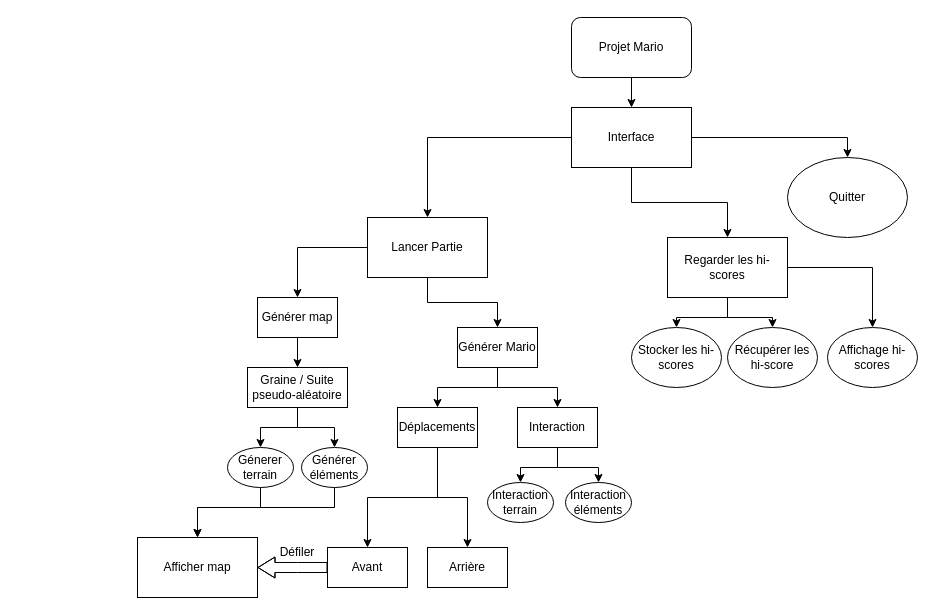
Above: Diagramme_mario.drawio in Fanfnix/Projet_Mario (draw.io), before the change. Source tidied: cells renumbered, new cells numbered last; positions are measured from the earlier drawing's top-left corner, leaving out a move shared by most shapes. Both pictures are drawn from the tidied source at 100%, with x=0, y=0 at pixel (137, 17).
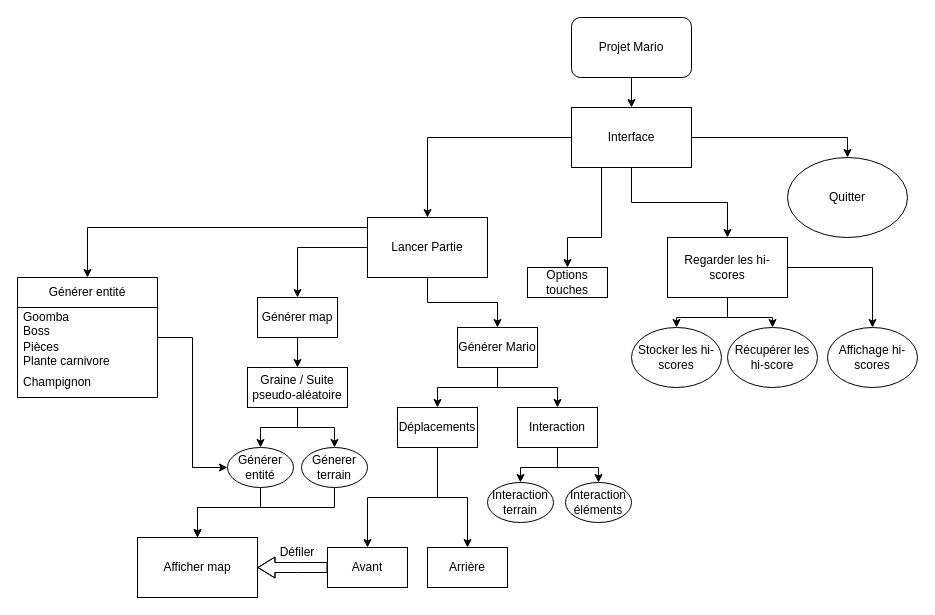
The same diagram, later.

Commit message:
Mettre à jour Diagramme_mario.drawio

Unchanged cells that the change refers to:
```xml
<mxCell id="7" value="Interface" style="rounded=0;whiteSpace=wrap;html=1;" parent="1" vertex="1">
  <mxGeometry x="434" y="90" width="120" height="60" as="geometry" />
</mxCell>
<mxCell id="41" value="Afficher map" style="rounded=0;whiteSpace=wrap;html=1;" parent="1" vertex="1">
  <mxGeometry y="520" width="120" height="60" as="geometry" />
</mxCell>
```

Change to the diagram source:
```diff
@@
-    <mxCell id="24" style="edgeStyle=orthogonalEdgeStyle;rounded=0;jettySize=auto;html=1;" parent="1" edge="1" source="25" target="41">
+    <mxCell id="24" style="edgeStyle=orthogonalEdgeStyle;rounded=0;jettySize=auto;html=1;" parent="1" edge="1" source="27" target="41">
       <mxGeometry relative="1" as="geometry">
         <Array as="points">
           <mxPoint x="123" y="490" />
           <mxPoint x="60" y="490" />
         </Array>
       </mxGeometry>
     </mxCell>
+    <mxCell id="44" style="edgeStyle=orthogonalEdgeStyle;rounded=0;jettySize=auto;html=1;exitX=0.5;exitY=1;exitDx=0;exitDy=0;entryX=0.5;entryY=0;entryDx=0;entryDy=0;" parent="1" edge="1" source="25" target="41">
+      <mxGeometry relative="1" as="geometry">
+        <Array as="points">
+          <mxPoint x="197" y="490" />
+          <mxPoint x="60" y="490" />
+        </Array>
+      </mxGeometry>
+    </mxCell>
     <mxCell id="25" value="Génerer terrain" style="ellipse;whiteSpace=wrap;html=1;" parent="1" vertex="1">
-      <mxGeometry x="90" y="430" width="66" height="40" as="geometry" />
+      <mxGeometry x="164" y="430" width="66" height="40" as="geometry" />
     </mxCell>
-    <mxCell id="26" style="edgeStyle=orthogonalEdgeStyle;rounded=0;jettySize=auto;html=1;" parent="1" edge="1" source="27" target="41">
-      <mxGeometry relative="1" as="geometry">
-        <Array as="points">
-          <mxPoint x="197" y="490" />
-          <mxPoint x="60" y="490" />
-        </Array>
-      </mxGeometry>
-    </mxCell>
-    <mxCell id="27" value="Générer éléments" style="ellipse;whiteSpace=wrap;html=1;" parent="1" vertex="1">
-      <mxGeometry x="164" y="430" width="66" height="40" as="geometry" />
-    </mxCell>
@@
+    <mxCell id="45" style="endArrow=classic;html=1;rounded=0;entryX=0.5;entryY=0;entryDx=0;entryDy=0;" parent="1" edge="1" target="49">
+      <mxGeometry relative="1" as="geometry">
+        <mxPoint x="230" y="210" as="sourcePoint" />
+        <Array as="points">
+          <mxPoint x="-50" y="210" />
+        </Array>
+      </mxGeometry>
+    </mxCell>
+    <mxCell id="46" style="endArrow=classic;html=1;rounded=0;exitX=0.25;exitY=1;exitDx=0;exitDy=0;" parent="1" edge="1" source="7">
+      <mxGeometry relative="1" as="geometry">
+        <mxPoint x="430" y="250" as="targetPoint" />
+        <Array as="points">
+          <mxPoint x="464" y="220" />
+          <mxPoint x="430" y="220" />
+        </Array>
+      </mxGeometry>
+    </mxCell>
+    <mxCell id="47" style="edgeStyle=orthogonalEdgeStyle;rounded=0;jettySize=auto;html=1;entryX=0;entryY=0.5;entryDx=0;entryDy=0;" parent="1" edge="1" source="49" target="27">
+      <mxGeometry relative="1" as="geometry" />
+    </mxCell>
+    <mxCell id="48" style="rounded=0;whiteSpace=wrap;html=1;" parent="1" vertex="1">
+      <mxGeometry x="390" y="250" width="80" height="30" as="geometry" />
+    </mxCell>
+    <mxCell id="49" value="Générer entité" style="swimlane;fontStyle=0;horizontal=1;startSize=30;whiteSpace=wrap;html=1;" parent="1" vertex="1">
+      <mxGeometry x="-120" y="260" width="140" height="120" as="geometry" />
+    </mxCell>
+    <mxCell id="50" value="Goomba&lt;div&gt;Boss&lt;/div&gt;" style="text;strokeColor=none;fillColor=none;align=left;verticalAlign=middle;spacingLeft=4;spacingRight=4;overflow=hidden;whiteSpace=wrap;html=1;" parent="49" vertex="1">
+      <mxGeometry y="30" width="140" height="30" as="geometry" />
+    </mxCell>
+    <mxCell id="51" value="Pièces&lt;div&gt;Plante carnivore&lt;/div&gt;" style="text;strokeColor=none;fillColor=none;align=left;verticalAlign=middle;spacingLeft=4;spacingRight=4;overflow=hidden;whiteSpace=wrap;html=1;" parent="49" vertex="1">
+      <mxGeometry y="60" width="140" height="30" as="geometry" />
+    </mxCell>
+    <mxCell id="52" value="Champignon" style="text;strokeColor=none;fillColor=none;align=left;verticalAlign=middle;spacingLeft=4;spacingRight=4;overflow=hidden;whiteSpace=wrap;html=1;" parent="49" vertex="1">
+      <mxGeometry y="90" width="140" height="30" as="geometry" />
+    </mxCell>
+    <mxCell id="53" value="Options touches" style="text;html=1;align=center;verticalAlign=middle;whiteSpace=wrap;rounded=0;" parent="1" vertex="1">
+      <mxGeometry x="390" y="250" width="80" height="30" as="geometry" />
+    </mxCell>
+    <mxCell id="27" value="Générer entité" style="ellipse;whiteSpace=wrap;html=1;" parent="1" vertex="1">
+      <mxGeometry x="90" y="430" width="66" height="40" as="geometry" />
+    </mxCell>
```
